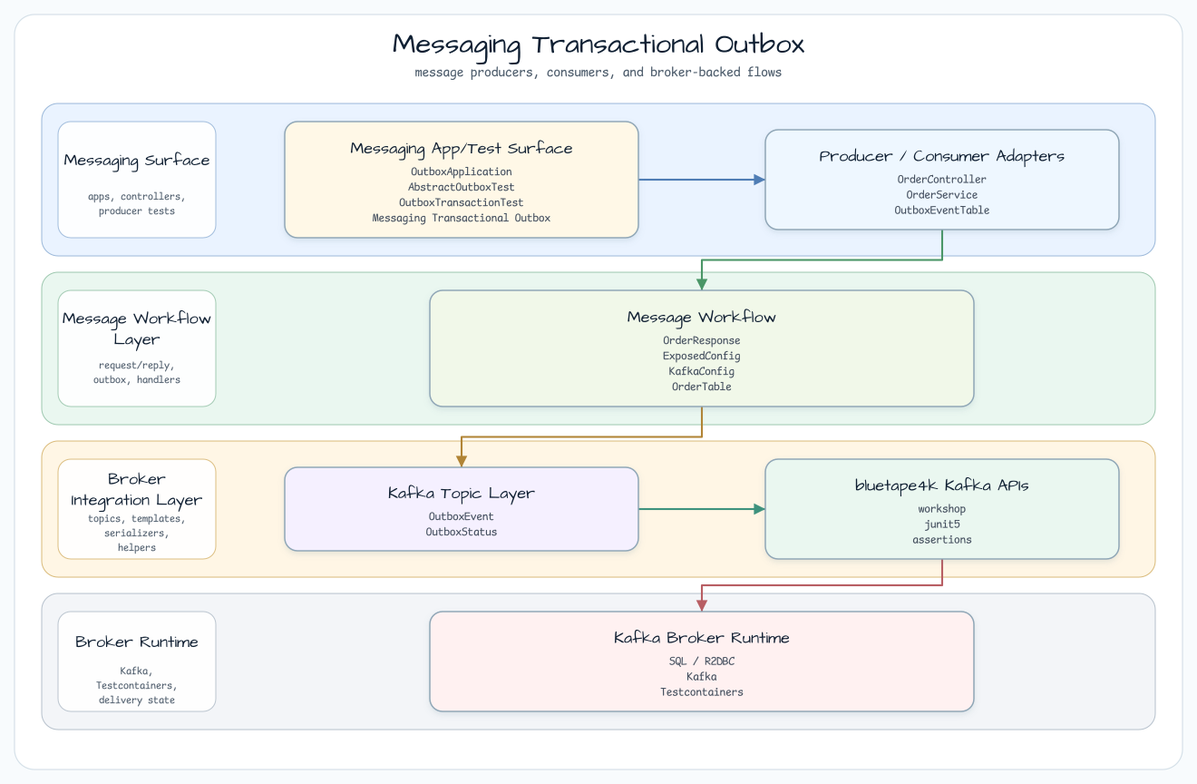
The Graphviz diagram docs/images/readme-diagrams/messaging-transactional-outbox-readme-architecture-01.png in bluetape4k/bluetape4k-workshop, before a commit. Its source is kept beside it as docs/images/readme-diagrams/messaging-transactional-outbox-readme-architecture-01.dot.
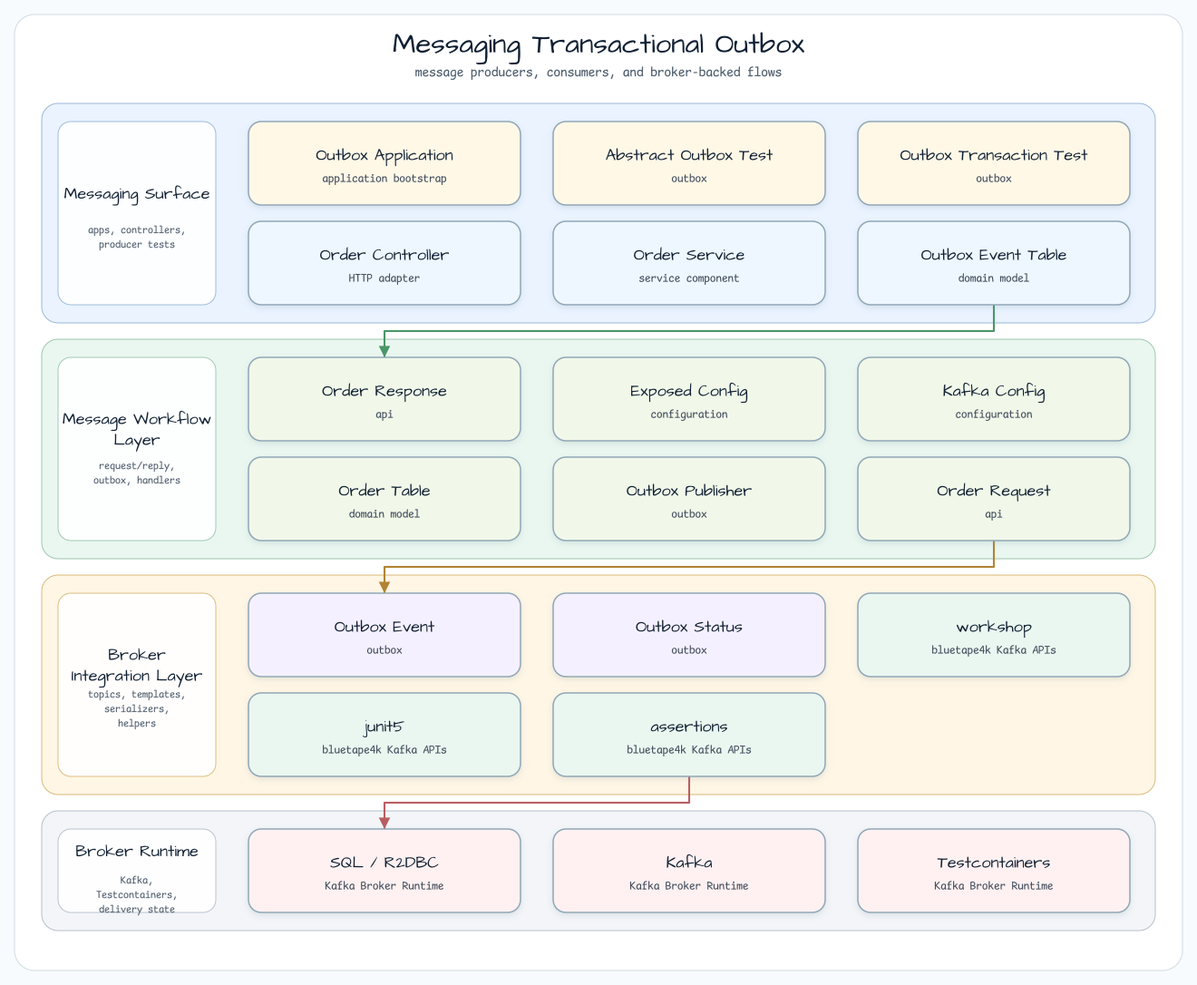
The same diagram one commit later.

What changed in the source:
```diff
@@ -26,16 +26,28 @@
     fontsize=11
   ];
 
-  entry [label="Messaging App/Test Surface\nOutboxApplication\nAbstractOutboxTest\nOutboxTransactionTest\nMessaging Transactional Outbox", fillcolor="#FFF8E7"];
-  api [label="Producer / Consumer Adapters\nOrderController\nOrderService\nOutboxEventTable", fillcolor="#EEF7FF"];
-  service [label="Message Workflow\nOrderResponse\nExposedConfig\nKafkaConfig\nOrderTable", fillcolor="#F1F8E9"];
-  infra [label="Kafka Topic Layer\nOutboxEvent\nOutboxStatus", fillcolor="#F5F0FF"];
-  bt [label="bluetape4k Kafka APIs\nworkshop\njunit5\nassertions", fillcolor="#EAF7F0"];
-  runtime [label="Kafka Broker Runtime\nSQL / R2DBC\nKafka\nTestcontainers", fillcolor="#FFF1F1"];
+  entry0 [label="Outbox Application\napplication bootstrap", fillcolor="#FFF8E7"];
+  entry1 [label="Abstract Outbox Test\noutbox", fillcolor="#FFF8E7"];
+  entry2 [label="Outbox Transaction Test\noutbox", fillcolor="#FFF8E7"];
+  api0 [label="Order Controller\nHTTP adapter", fillcolor="#EEF7FF"];
+  api1 [label="Order Service\nservice component", fillcolor="#EEF7FF"];
+  api2 [label="Outbox Event Table\ndomain model", fillcolor="#EEF7FF"];
+  service0 [label="Order Response\napi", fillcolor="#F1F8E9"];
+  service1 [label="Exposed Config\nconfiguration", fillcolor="#F1F8E9"];
+  service2 [label="Kafka Config\nconfiguration", fillcolor="#F1F8E9"];
+  service3 [label="Order Table\ndomain model", fillcolor="#F1F8E9"];
+  service4 [label="Outbox Publisher\noutbox", fillcolor="#F1F8E9"];
+  service5 [label="Order Request\napi", fillcolor="#F1F8E9"];
+  infra0 [label="Outbox Event\noutbox", fillcolor="#F5F0FF"];
+  infra1 [label="Outbox Status\noutbox", fillcolor="#F5F0FF"];
+  bt0 [label="workshop\nbluetape4k Kafka APIs", fillcolor="#EAF7F0"];
+  bt1 [label="junit5\nbluetape4k Kafka APIs", fillcolor="#EAF7F0"];
+  bt2 [label="assertions\nbluetape4k Kafka APIs", fillcolor="#EAF7F0"];
+  runtime0 [label="SQL / R2DBC\nKafka Broker Runtime", fillcolor="#FFF1F1"];
+  runtime1 [label="Kafka\nKafka Broker Runtime", fillcolor="#FFF1F1"];
+  runtime2 [label="Testcontainers\nKafka Broker Runtime", fillcolor="#FFF1F1"];
 
-  entry -> api [label="invokes"];
-  api -> service [label="delegates"];
-  service -> infra [label="persists / publishes"];
-  infra -> bt [label="extends"];
-  bt -> runtime [label="adapts"];
+  api2 -> service0 [label="delegates"];
+  service5 -> infra0 [label="persists / publishes"];
+  bt2 -> runtime0 [label="adapts"];
 }
```
